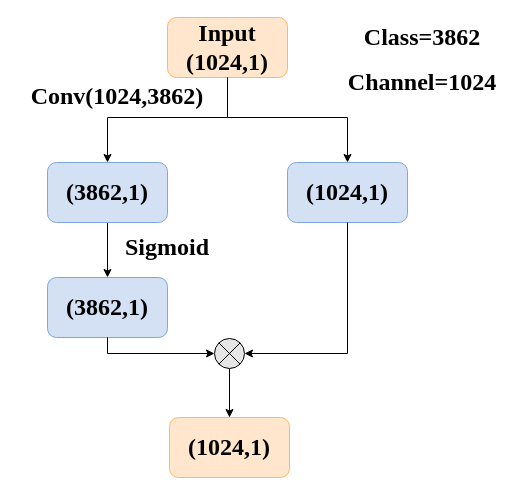
This is LAT.drawio from limengzhu3211/draw, a draw.io file, before an edit. Source tidied: cells renumbered, new cells numbered last; positions are measured from the earlier drawing's top-left corner, leaving out a move shared by most shapes. Both pictures are drawn from the tidied source at 100%, with x=0, y=0 at pixel (17, 17).
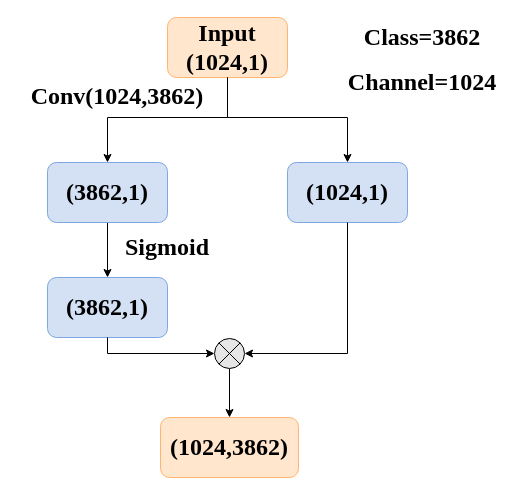
The same page after the edit.

The edit, as a diff of the source:
```diff
@@
-    <mxCell id="7" value="&lt;span&gt;&lt;font face=&quot;Times New Roman&quot; style=&quot;font-size: 24px&quot;&gt;&lt;b&gt;(1024,1)&lt;/b&gt;&lt;/font&gt;&lt;/span&gt;" style="rounded=1;whiteSpace=wrap;html=1;fillColor=#FFE6CC;strokeColor=#FFB570;" parent="1" vertex="1">
-      <mxGeometry x="152" y="400" width="120" height="60" as="geometry" />
+    <mxCell id="7" value="&lt;span&gt;&lt;font face=&quot;Times New Roman&quot; style=&quot;font-size: 24px&quot;&gt;&lt;b&gt;(1024,3862)&lt;/b&gt;&lt;/font&gt;&lt;/span&gt;" style="rounded=1;whiteSpace=wrap;html=1;fillColor=#FFE6CC;strokeColor=#FFB570;" parent="1" vertex="1">
+      <mxGeometry x="143" y="400" width="138" height="60" as="geometry" />
     </mxCell>
```
